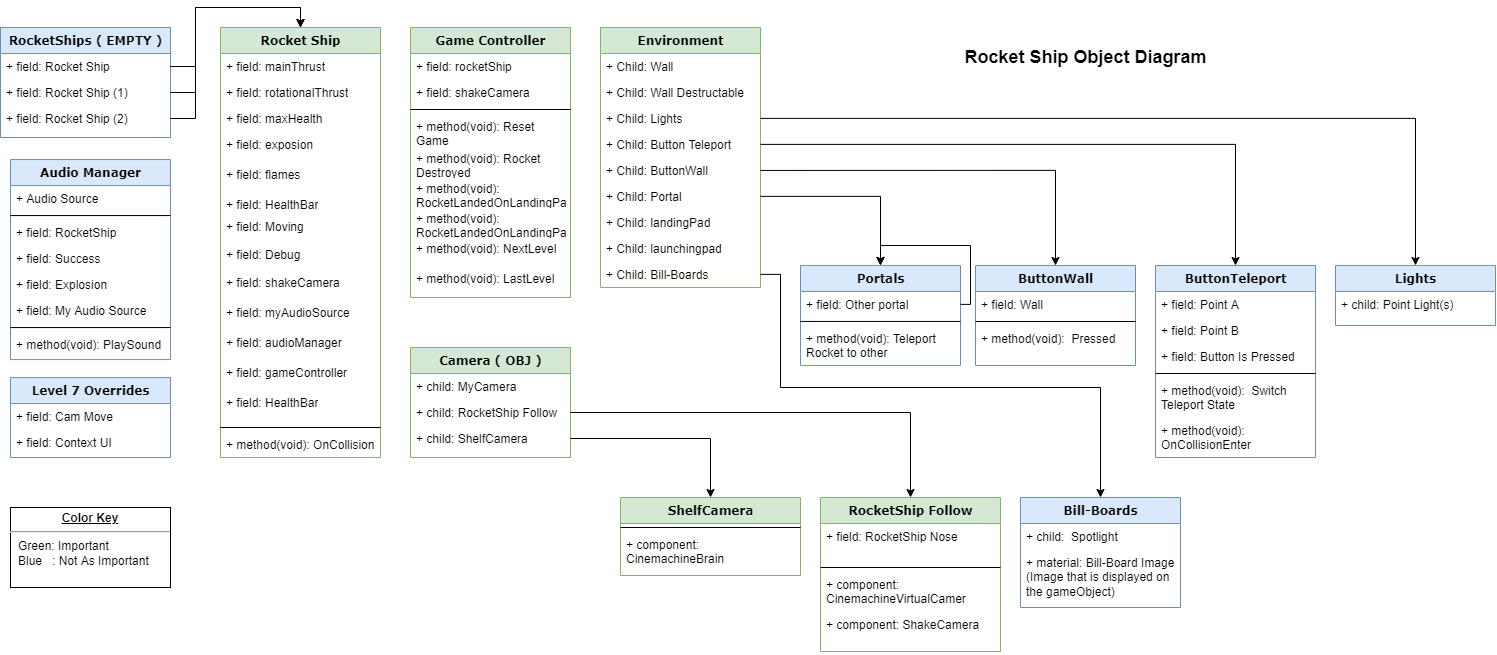
Earlier version of the draw.io export README_Img/Level-Object-Diagram.png (Kayyo321/Rocket-Ship-Platformer). Source tidied: cells renumbered, new cells last; positions are measured from the earlier drawing's top-left corner, leaving out a move shared by most shapes.
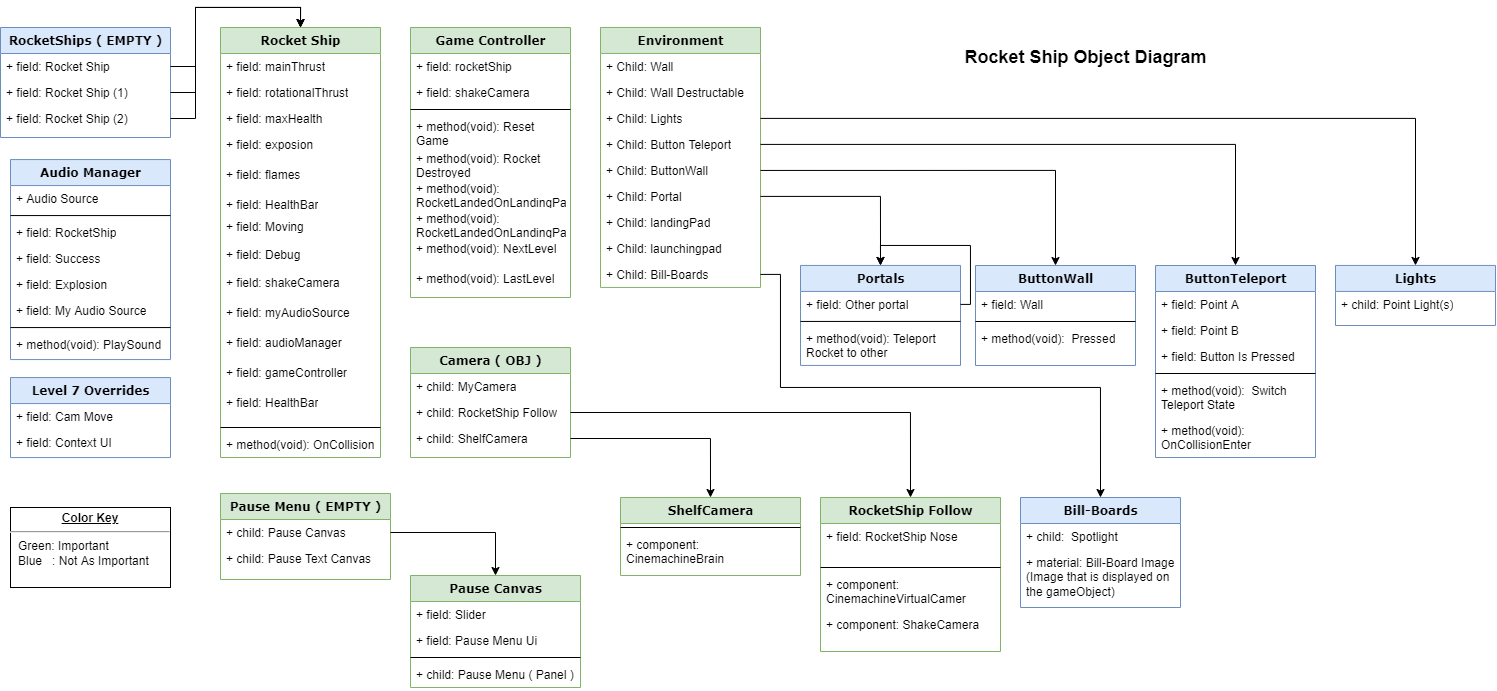
The same file after the commit.

Commit message:
Updated Flow Chart

What changed in the source:
```diff
@@ -305,5 +305,32 @@
     <mxCell id="98" value="&lt;p style=&quot;margin: 0px ; margin-top: 4px ; text-align: center ; text-decoration: underline&quot;&gt;&lt;b&gt;Color Key&lt;/b&gt;&lt;/p&gt;&lt;hr&gt;&lt;p style=&quot;margin: 0px ; margin-left: 8px&quot;&gt;Green: Important&lt;/p&gt;&lt;p style=&quot;margin: 0px ; margin-left: 8px&quot;&gt;Blue&amp;nbsp; &amp;nbsp;: Not As Important&lt;br&gt;&lt;/p&gt;" style="verticalAlign=top;align=left;overflow=fill;fontSize=12;fontFamily=Helvetica;html=1;" parent="1" vertex="1">
       <mxGeometry x="10" y="480" width="160" height="80" as="geometry" />
     </mxCell>
+    <mxCell id="99" value="Pause Menu ( EMPTY )" style="swimlane;html=1;fontStyle=1;align=center;verticalAlign=top;horizontal=1;startSize=26;swimlaneFillColor=#ffffff;rounded=0;shadow=0;comic=0;labelBackgroundColor=none;strokeWidth=1;fillColor=#d5e8d4;fontFamily=Verdana;fontSize=12;strokeColor=#82b366;" parent="1" vertex="1">
+      <mxGeometry x="220" y="466" width="170" height="86" as="geometry" />
+    </mxCell>
+    <mxCell id="100" value="+ child: Pause Canvas" style="text;html=1;strokeColor=none;fillColor=none;align=left;verticalAlign=top;spacingLeft=4;spacingRight=4;whiteSpace=wrap;overflow=hidden;points=[[0,0.5],[1,0.5]];portConstraint=eastwest;" parent="99" vertex="1">
+      <mxGeometry y="26" width="170" height="26" as="geometry" />
+    </mxCell>
+    <mxCell id="101" value="+ child: Pause Text Canvas" style="text;html=1;strokeColor=none;fillColor=none;align=left;verticalAlign=top;spacingLeft=4;spacingRight=4;whiteSpace=wrap;overflow=hidden;" parent="99" vertex="1">
+      <mxGeometry y="52" width="170" height="26" as="geometry" />
+    </mxCell>
+    <mxCell id="102" value="Pause Canvas" style="swimlane;html=1;fontStyle=1;align=center;verticalAlign=top;horizontal=1;startSize=26;swimlaneFillColor=#ffffff;rounded=0;shadow=0;comic=0;labelBackgroundColor=none;strokeWidth=1;fillColor=#d5e8d4;fontFamily=Verdana;fontSize=12;strokeColor=#82b366;" parent="1" vertex="1">
+      <mxGeometry x="410" y="548" width="170" height="112" as="geometry" />
+    </mxCell>
+    <mxCell id="103" value="+ field:&amp;nbsp;Slider" style="text;html=1;strokeColor=none;fillColor=none;align=left;verticalAlign=top;spacingLeft=4;spacingRight=4;whiteSpace=wrap;overflow=hidden;" parent="102" vertex="1">
+      <mxGeometry y="26" width="170" height="26" as="geometry" />
+    </mxCell>
+    <mxCell id="104" value="+ field: Pause Menu Ui" style="text;html=1;strokeColor=none;fillColor=none;align=left;verticalAlign=top;spacingLeft=4;spacingRight=4;whiteSpace=wrap;overflow=hidden;" parent="102" vertex="1">
+      <mxGeometry y="52" width="170" height="26" as="geometry" />
+    </mxCell>
+    <mxCell id="105" style="line;html=1;strokeWidth=1;fillColor=none;align=left;verticalAlign=middle;spacingTop=-1;spacingLeft=3;spacingRight=3;labelPosition=right;" parent="102" vertex="1">
+      <mxGeometry y="78" width="170" height="8" as="geometry" />
+    </mxCell>
+    <mxCell id="106" value="+ child: Pause Menu ( Panel )" style="text;html=1;strokeColor=none;fillColor=none;align=left;verticalAlign=top;spacingLeft=4;spacingRight=4;whiteSpace=wrap;overflow=hidden;" parent="102" vertex="1">
+      <mxGeometry y="86" width="170" height="26" as="geometry" />
+    </mxCell>
+    <mxCell id="107" style="edgeStyle=orthogonalEdgeStyle;rounded=0;jettySize=auto;html=1;entryX=0.5;entryY=0;entryDx=0;entryDy=0;" parent="1" edge="1" source="100" target="102">
+      <mxGeometry relative="1" as="geometry" />
+    </mxCell>
   </root>
 </mxGraphModel>
```
